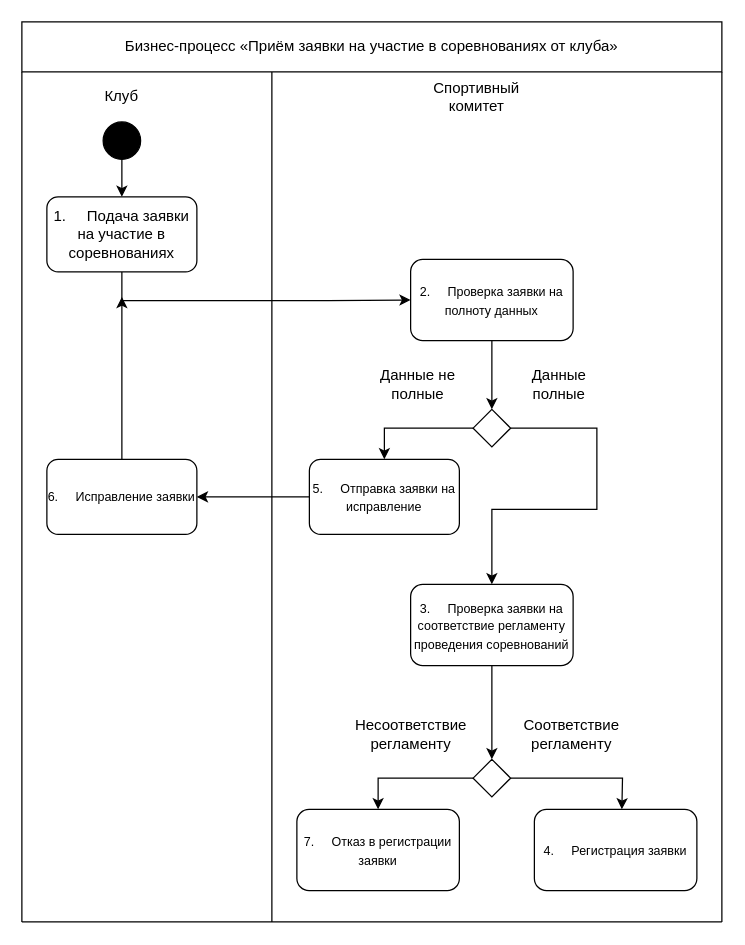
Earlier version of the draw.io diagram page "Деятельности" (3 of 9) of Диаграммы ИС «Спортивный комитет».drawio (antonch985/Education). Source tidied: cells renumbered, new cells numbered last; positions are measured from the earlier drawing's top-left corner, leaving out a move shared by most shapes. Both pictures are drawn from the tidied source at 125%, with x=0, y=0 at pixel (21, 21).
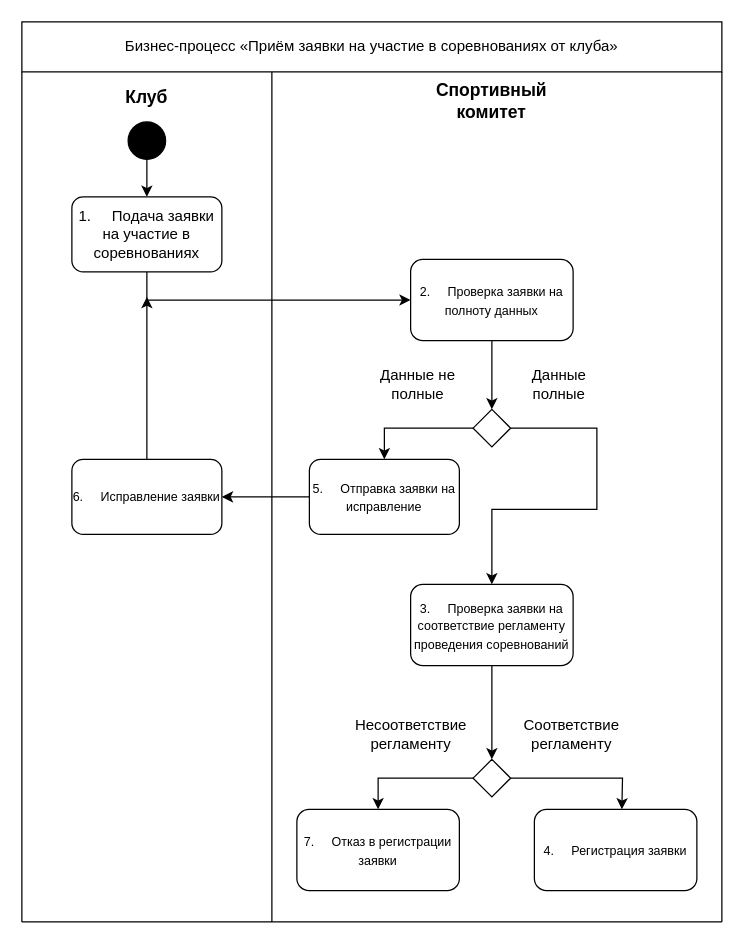
After the change.

Unchanged cells that the change refers to:
```xml
<mxCell id="7" value="&lt;font style=&quot;font-size: 10px;&quot;&gt;2.&lt;span style=&quot;white-space: pre;&quot;&gt;&#9;&lt;/span&gt;Проверка заявки на полноту данных&lt;/font&gt;" style="rounded=1;whiteSpace=wrap;html=1;" parent="1" vertex="1">
  <mxGeometry x="311" y="190" width="130" height="65" as="geometry" />
</mxCell>
```

The edit, as a diff of the source:
```diff
@@
     <mxCell id="6" style="ellipse;whiteSpace=wrap;html=1;gradientColor=none;fillColor=#000000;" parent="1" vertex="1">
-      <mxGeometry x="65" y="80" width="30" height="30" as="geometry" />
+      <mxGeometry x="85" y="80" width="30" height="30" as="geometry" />
     </mxCell>
@@
-    <mxCell id="9" value="Спорти&lt;span style=&quot;background-color: transparent; color: light-dark(rgb(0, 0, 0), rgb(255, 255, 255));&quot;&gt;вный комитет&lt;/span&gt;" style="text;html=1;whiteSpace=wrap;strokeColor=none;fillColor=none;align=center;verticalAlign=middle;rounded=0;" parent="1" vertex="1">
-      <mxGeometry x="324" y="45" width="80" height="30" as="geometry" />
+    <mxCell id="9" value="Спорти&lt;span style=&quot;background-color: transparent; color: light-dark(rgb(0, 0, 0), rgb(255, 255, 255));&quot;&gt;вный комитет&lt;/span&gt;" style="text;html=1;whiteSpace=wrap;strokeColor=none;fillColor=none;align=center;verticalAlign=middle;rounded=0;fontStyle=1;fontSize=14;" parent="1" vertex="1">
+      <mxGeometry x="328" y="45" width="96" height="35" as="geometry" />
     </mxCell>
-    <mxCell id="10" value="Клуб" style="text;html=1;whiteSpace=wrap;strokeColor=none;fillColor=none;align=center;verticalAlign=middle;rounded=0;" parent="1" vertex="1">
-      <mxGeometry x="60" y="50" width="40" height="20" as="geometry" />
+    <mxCell id="10" value="Клуб" style="text;html=1;whiteSpace=wrap;strokeColor=none;fillColor=none;align=center;verticalAlign=middle;rounded=0;fontStyle=1;fontSize=14;" parent="1" vertex="1">
+      <mxGeometry x="80" y="50" width="40" height="20" as="geometry" />
     </mxCell>
-    <mxCell id="11" style="edgeStyle=orthogonalEdgeStyle;rounded=0;jettySize=auto;html=1;entryX=0;entryY=0.5;entryDx=0;entryDy=0;" parent="1" edge="1" source="12" target="7">
-      <mxGeometry relative="1" as="geometry">
-        <Array as="points">
-          <mxPoint x="80" y="223" />
-          <mxPoint x="245" y="223" />
-        </Array>
-      </mxGeometry>
+    <mxCell id="11" style="edgeStyle=orthogonalEdgeStyle;rounded=0;jettySize=auto;html=1;exitX=0.5;exitY=1;exitDx=0;exitDy=0;entryX=0;entryY=0.5;entryDx=0;entryDy=0;" parent="1" edge="1" source="12" target="7">
+      <mxGeometry relative="1" as="geometry" />
     </mxCell>
     <mxCell id="12" value="&lt;font&gt;1.&lt;span style=&quot;white-space: pre;&quot;&gt;&#9;&lt;/span&gt;Подача заявки на участие в соревнованиях&lt;/font&gt;" style="rounded=1;whiteSpace=wrap;html=1;" parent="1" vertex="1">
-      <mxGeometry x="20" y="140" width="120" height="60" as="geometry" />
+      <mxGeometry x="40" y="140" width="120" height="60" as="geometry" />
     </mxCell>
@@
-    <mxCell id="23" style="edgeStyle=orthogonalEdgeStyle;rounded=0;jettySize=auto;html=1;" parent="1" edge="1" source="24">
+    <mxCell id="23" style="edgeStyle=orthogonalEdgeStyle;rounded=0;jettySize=auto;html=1;exitX=0.5;exitY=0;exitDx=0;exitDy=0;" parent="1" edge="1" source="24">
       <mxGeometry relative="1" as="geometry">
-        <mxPoint x="80" y="220" as="targetPoint" />
+        <mxPoint x="100" y="220" as="targetPoint" />
       </mxGeometry>
     </mxCell>
     <mxCell id="24" value="&lt;font style=&quot;font-size: 10px;&quot;&gt;6.&lt;span style=&quot;white-space: pre;&quot;&gt;&#9;&lt;/span&gt;Исправление заявки&lt;/font&gt;" style="rounded=1;whiteSpace=wrap;html=1;" parent="1" vertex="1">
-      <mxGeometry x="20" y="350" width="120" height="60" as="geometry" />
+      <mxGeometry x="40" y="350" width="120" height="60" as="geometry" />
     </mxCell>
```
